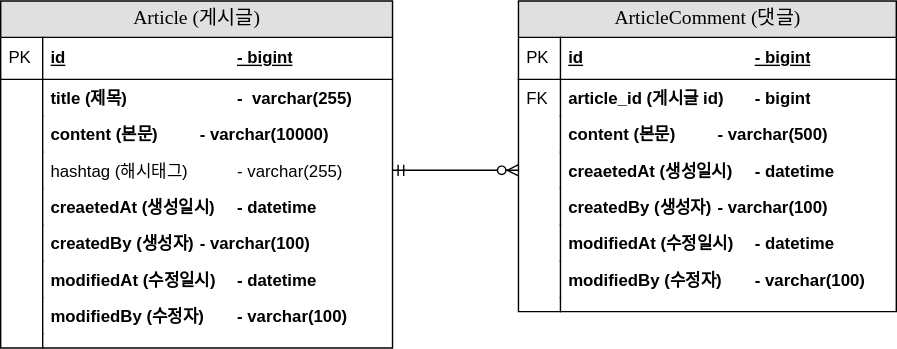
y2gon2/fastcampus-project-board keeps this draw.io diagram as document/project-board-erd.svg. Above is the earlier version. Source tidied: cells renumbered, new cells last; positions are measured from the earlier drawing's top-left corner, leaving out a move shared by most shapes.
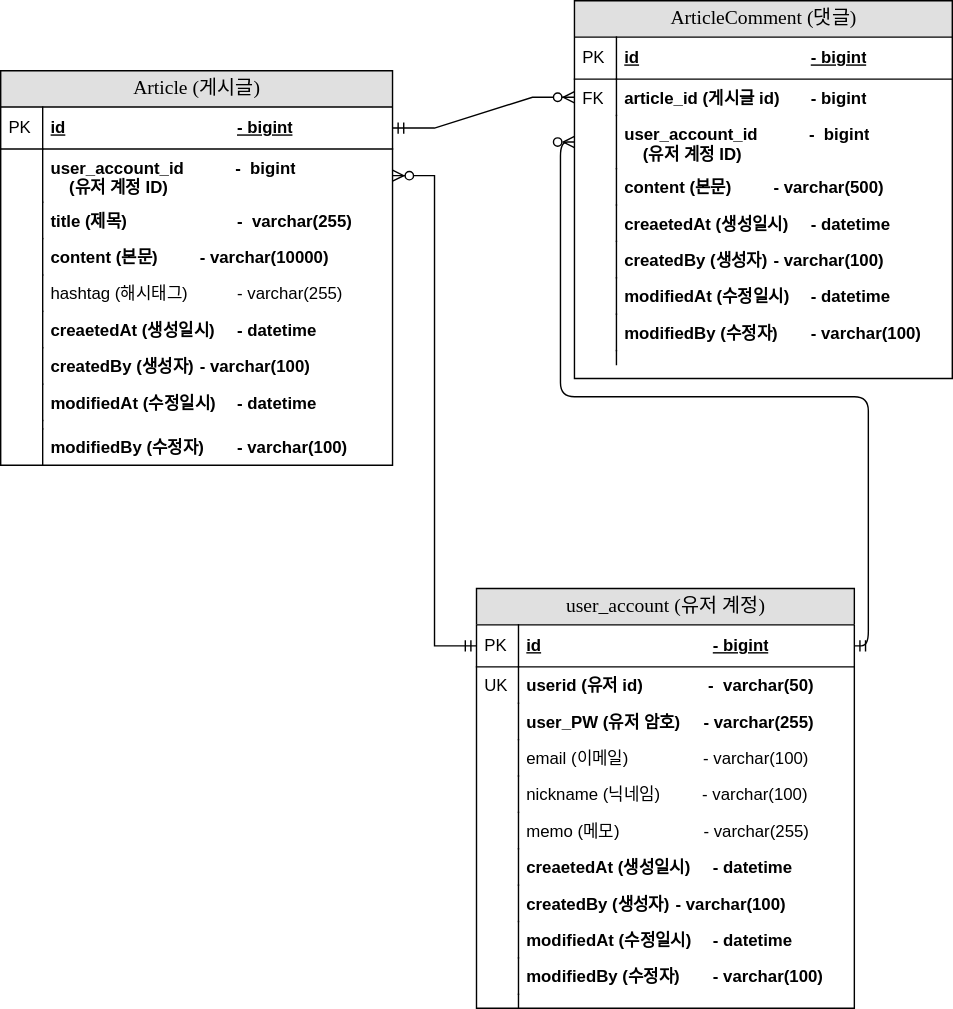
After the change.

Commit message:
project-board-erd.svg user_account  추가

Change to the diagram source:
```diff
@@ -5,3 +5,3 @@
     <mxCell id="2" value="Article (게시글)" style="swimlane;html=1;fontStyle=0;horizontal=1;startSize=26;fillColor=#e0e0e0;swimlaneFillColor=#ffffff;align=center;rounded=0;shadow=0;comic=0;labelBackgroundColor=none;strokeWidth=1;fontFamily=Verdana;fontSize=14;" parent="1" vertex="1">
-      <mxGeometry width="280" height="248" as="geometry" />
+      <mxGeometry x="-30" y="-148" width="280" height="282" as="geometry" />
     </mxCell>
@@ -13,4 +13,10 @@
     </mxCell>
+    <mxCell id="39" value="user_account_id&amp;nbsp; &amp;nbsp; &amp;nbsp; &amp;nbsp; &amp;nbsp; &amp;nbsp;-&amp;nbsp; bigint&lt;br&gt;&amp;nbsp; &amp;nbsp; (유저 계정 ID)" style="shape=partialRectangle;top=0;left=0;right=0;bottom=0;html=1;align=left;verticalAlign=top;fillColor=none;spacingLeft=34;spacingRight=4;whiteSpace=wrap;overflow=hidden;points=[[0,0.5],[1,0.5]];portConstraint=eastwest;fontStyle=1;" parent="2" vertex="1">
+      <mxGeometry y="56" width="280" height="38" as="geometry" />
+    </mxCell>
+    <mxCell id="40" style="shape=partialRectangle;top=0;left=0;bottom=0;html=1;fillColor=none;align=left;verticalAlign=top;spacingLeft=4;spacingRight=4;whiteSpace=wrap;overflow=hidden;" parent="39" vertex="1">
+      <mxGeometry width="30" height="38" as="geometry" />
+    </mxCell>
     <mxCell id="5" value="title (제목)&lt;span style=&quot;white-space: pre;&quot;&gt;&#9;&lt;/span&gt;&lt;span style=&quot;white-space: pre;&quot;&gt;&#9;&lt;/span&gt;&lt;span style=&quot;white-space: pre;&quot;&gt;&#9;&lt;/span&gt;-&amp;nbsp; varchar(255)" style="shape=partialRectangle;top=0;left=0;right=0;bottom=0;html=1;align=left;verticalAlign=top;fillColor=none;spacingLeft=34;spacingRight=4;whiteSpace=wrap;overflow=hidden;fontStyle=1;" parent="2" vertex="1">
-      <mxGeometry y="56" width="280" height="26" as="geometry" />
+      <mxGeometry y="94" width="280" height="26" as="geometry" />
     </mxCell>
@@ -20,3 +26,3 @@
     <mxCell id="7" value="content (본문)&lt;span style=&quot;white-space: pre;&quot;&gt;&#9;&lt;/span&gt;&lt;span style=&quot;white-space: pre;&quot;&gt;&#9;&lt;/span&gt;- varchar(10000)" style="shape=partialRectangle;top=0;left=0;right=0;bottom=0;html=1;align=left;verticalAlign=top;fillColor=none;spacingLeft=34;spacingRight=4;whiteSpace=wrap;overflow=hidden;fontStyle=1;" parent="2" vertex="1">
-      <mxGeometry y="82" width="280" height="26" as="geometry" />
+      <mxGeometry y="120" width="280" height="26" as="geometry" />
     </mxCell>
@@ -26,3 +32,3 @@
     <mxCell id="9" value="hashtag (해시태그)&amp;nbsp; &amp;nbsp;&lt;span style=&quot;white-space: pre;&quot;&gt;&#9;&lt;/span&gt;- varchar(255)" style="shape=partialRectangle;top=0;left=0;right=0;bottom=0;html=1;align=left;verticalAlign=top;fillColor=none;spacingLeft=34;spacingRight=4;whiteSpace=wrap;overflow=hidden;points=[[0,0.5],[1,0.5]];portConstraint=eastwest;" parent="2" vertex="1">
-      <mxGeometry y="108" width="280" height="26" as="geometry" />
+      <mxGeometry y="146" width="280" height="26" as="geometry" />
     </mxCell>
@@ -32,3 +38,3 @@
     <mxCell id="11" value="creaetedAt (생성일시)&lt;span style=&quot;white-space: pre;&quot;&gt;&#9;&lt;/span&gt;- datetime" style="shape=partialRectangle;top=0;left=0;right=0;bottom=0;html=1;align=left;verticalAlign=top;fillColor=none;spacingLeft=34;spacingRight=4;whiteSpace=wrap;overflow=hidden;fontStyle=1;" parent="2" vertex="1">
-      <mxGeometry y="134" width="280" height="26" as="geometry" />
+      <mxGeometry y="172" width="280" height="26" as="geometry" />
     </mxCell>
@@ -38,3 +44,3 @@
     <mxCell id="13" value="createdBy (생성자)&lt;span style=&quot;white-space: pre;&quot;&gt;&#9;&lt;/span&gt;- varchar(100)" style="shape=partialRectangle;top=0;left=0;right=0;bottom=0;html=1;align=left;verticalAlign=top;fillColor=none;spacingLeft=34;spacingRight=4;whiteSpace=wrap;overflow=hidden;fontStyle=1;" parent="2" vertex="1">
-      <mxGeometry y="160" width="280" height="26" as="geometry" />
+      <mxGeometry y="198" width="280" height="26" as="geometry" />
     </mxCell>
@@ -44,3 +50,3 @@
     <mxCell id="15" value="modifiedAt (수정일시)&lt;span style=&quot;white-space: pre;&quot;&gt;&#9;&lt;/span&gt;- datetime" style="shape=partialRectangle;top=0;left=0;right=0;bottom=0;html=1;align=left;verticalAlign=top;fillColor=none;spacingLeft=34;spacingRight=4;whiteSpace=wrap;overflow=hidden;fontStyle=1;" parent="2" vertex="1">
-      <mxGeometry y="186" width="280" height="26" as="geometry" />
+      <mxGeometry y="224" width="280" height="26" as="geometry" />
     </mxCell>
@@ -49,16 +55,16 @@
     </mxCell>
-    <mxCell id="17" value="modifiedBy (수정자)&lt;span style=&quot;white-space: pre;&quot;&gt;&#9;&lt;/span&gt;- varchar(100)" style="shape=partialRectangle;top=0;left=0;right=0;bottom=0;html=1;align=left;verticalAlign=top;fillColor=none;spacingLeft=34;spacingRight=4;whiteSpace=wrap;overflow=hidden;fontStyle=1;" parent="2" vertex="1">
-      <mxGeometry y="212" width="280" height="26" as="geometry" />
-    </mxCell>
-    <mxCell id="18" style="shape=partialRectangle;top=0;left=0;bottom=0;html=1;fillColor=none;align=left;verticalAlign=top;spacingLeft=4;spacingRight=4;whiteSpace=wrap;overflow=hidden;" parent="17" vertex="1">
-      <mxGeometry width="30" height="26" as="geometry" />
-    </mxCell>
     <mxCell id="19" style="shape=partialRectangle;top=0;left=0;right=0;bottom=0;html=1;align=left;verticalAlign=top;fillColor=none;spacingLeft=34;spacingRight=4;whiteSpace=wrap;overflow=hidden;" parent="2" vertex="1">
-      <mxGeometry y="238" width="280" height="10" as="geometry" />
+      <mxGeometry y="250" width="280" height="6" as="geometry" />
     </mxCell>
     <mxCell id="20" style="shape=partialRectangle;top=0;left=0;bottom=0;html=1;fillColor=none;align=left;verticalAlign=top;spacingLeft=4;spacingRight=4;whiteSpace=wrap;overflow=hidden;" parent="19" vertex="1">
-      <mxGeometry width="30" height="10" as="geometry" />
+      <mxGeometry width="30" height="6" as="geometry" />
     </mxCell>
+    <mxCell id="41" value="modifiedBy (수정자)&lt;span style=&quot;white-space: pre;&quot;&gt;&#9;&lt;/span&gt;- varchar(100)" style="shape=partialRectangle;top=0;left=0;right=0;bottom=0;html=1;align=left;verticalAlign=top;fillColor=none;spacingLeft=34;spacingRight=4;whiteSpace=wrap;overflow=hidden;fontStyle=1;" parent="2" vertex="1">
+      <mxGeometry y="256" width="280" height="26" as="geometry" />
+    </mxCell>
+    <mxCell id="42" style="shape=partialRectangle;top=0;left=0;bottom=0;html=1;fillColor=none;align=left;verticalAlign=top;spacingLeft=4;spacingRight=4;whiteSpace=wrap;overflow=hidden;" parent="41" vertex="1">
+      <mxGeometry width="30" height="26" as="geometry" />
+    </mxCell>
     <mxCell id="21" value="ArticleComment (댓글)" style="swimlane;html=1;fontStyle=0;horizontal=1;startSize=26;fillColor=#e0e0e0;swimlaneFillColor=#ffffff;align=center;rounded=0;shadow=0;comic=0;labelBackgroundColor=none;strokeWidth=1;fontFamily=Verdana;fontSize=14;" parent="1" vertex="1">
-      <mxGeometry x="370" width="270" height="222" as="geometry" />
+      <mxGeometry x="380" y="-198" width="270" height="270" as="geometry" />
     </mxCell>
@@ -76,4 +82,10 @@
     </mxCell>
+    <mxCell id="43" value="user_account_id&amp;nbsp; &amp;nbsp; &amp;nbsp; &amp;nbsp; &amp;nbsp; &amp;nbsp;-&amp;nbsp; bigint&lt;br&gt;&amp;nbsp; &amp;nbsp; (유저 계정 ID)" style="shape=partialRectangle;top=0;left=0;right=0;bottom=0;html=1;align=left;verticalAlign=top;fillColor=none;spacingLeft=34;spacingRight=4;whiteSpace=wrap;overflow=hidden;points=[[0,0.5],[1,0.5]];portConstraint=eastwest;fontStyle=1;" parent="21" vertex="1">
+      <mxGeometry y="82" width="270" height="38" as="geometry" />
+    </mxCell>
+    <mxCell id="44" style="shape=partialRectangle;top=0;left=0;bottom=0;html=1;fillColor=none;align=left;verticalAlign=top;spacingLeft=4;spacingRight=4;whiteSpace=wrap;overflow=hidden;" parent="43" vertex="1">
+      <mxGeometry width="30" height="38" as="geometry" />
+    </mxCell>
     <mxCell id="26" value="content (본문)&lt;span style=&quot;white-space: pre;&quot;&gt;&#9;&lt;/span&gt;&lt;span style=&quot;white-space: pre;&quot;&gt;&#9;&lt;/span&gt;- varchar(500)" style="shape=partialRectangle;top=0;left=0;right=0;bottom=0;html=1;align=left;verticalAlign=top;fillColor=none;spacingLeft=34;spacingRight=4;whiteSpace=wrap;overflow=hidden;fontStyle=1;" parent="21" vertex="1">
-      <mxGeometry y="82" width="270" height="26" as="geometry" />
+      <mxGeometry y="120" width="270" height="26" as="geometry" />
     </mxCell>
@@ -83,3 +95,3 @@
     <mxCell id="28" value="creaetedAt (생성일시)&lt;span style=&quot;white-space: pre;&quot;&gt;&#9;&lt;/span&gt;- datetime" style="shape=partialRectangle;top=0;left=0;right=0;bottom=0;html=1;align=left;verticalAlign=top;fillColor=none;spacingLeft=34;spacingRight=4;whiteSpace=wrap;overflow=hidden;points=[[0,0.5],[1,0.5]];portConstraint=eastwest;fontStyle=1;" parent="21" vertex="1">
-      <mxGeometry y="108" width="270" height="26" as="geometry" />
+      <mxGeometry y="146" width="270" height="26" as="geometry" />
     </mxCell>
@@ -89,3 +101,3 @@
     <mxCell id="30" value="createdBy (생성자)&lt;span style=&quot;white-space: pre;&quot;&gt;&#9;&lt;/span&gt;- varchar(100)" style="shape=partialRectangle;top=0;left=0;right=0;bottom=0;html=1;align=left;verticalAlign=top;fillColor=none;spacingLeft=34;spacingRight=4;whiteSpace=wrap;overflow=hidden;fontStyle=1;" parent="21" vertex="1">
-      <mxGeometry y="134" width="270" height="26" as="geometry" />
+      <mxGeometry y="172" width="270" height="26" as="geometry" />
     </mxCell>
@@ -95,3 +107,3 @@
     <mxCell id="32" value="modifiedAt (수정일시)&#9;&lt;span style=&quot;white-space: pre;&quot;&gt;&#9;&lt;/span&gt;- datetime" style="shape=partialRectangle;top=0;left=0;right=0;bottom=0;html=1;align=left;verticalAlign=top;fillColor=none;spacingLeft=34;spacingRight=4;whiteSpace=wrap;overflow=hidden;fontStyle=1;" parent="21" vertex="1">
-      <mxGeometry y="160" width="270" height="26" as="geometry" />
+      <mxGeometry y="198" width="270" height="26" as="geometry" />
     </mxCell>
@@ -101,3 +113,3 @@
     <mxCell id="34" value="modifiedBy (수정자)&lt;span style=&quot;white-space: pre;&quot;&gt;&#9;&lt;/span&gt;- varchar(100)" style="shape=partialRectangle;top=0;left=0;right=0;bottom=0;html=1;align=left;verticalAlign=top;fillColor=none;spacingLeft=34;spacingRight=4;whiteSpace=wrap;overflow=hidden;fontStyle=1;" parent="21" vertex="1">
-      <mxGeometry y="186" width="270" height="26" as="geometry" />
+      <mxGeometry y="224" width="270" height="26" as="geometry" />
     </mxCell>
@@ -107,3 +119,3 @@
     <mxCell id="36" style="shape=partialRectangle;top=0;left=0;right=0;bottom=0;html=1;align=left;verticalAlign=top;fillColor=none;spacingLeft=34;spacingRight=4;whiteSpace=wrap;overflow=hidden;" parent="21" vertex="1">
-      <mxGeometry y="212" width="270" height="10" as="geometry" />
+      <mxGeometry y="250" width="270" height="10" as="geometry" />
     </mxCell>
@@ -112,5 +124,89 @@
     </mxCell>
-    <mxCell id="38" style="edgeStyle=entityRelationEdgeStyle;fontSize=12;html=1;endArrow=ERzeroToMany;startArrow=ERmandOne;rounded=0;exitX=1;exitY=0.5;exitDx=0;exitDy=0;entryX=0;entryY=0.5;entryDx=0;entryDy=0;" parent="1" edge="1" source="9" target="28">
+    <mxCell id="38" style="edgeStyle=entityRelationEdgeStyle;fontSize=12;html=1;endArrow=ERzeroToMany;startArrow=ERmandOne;rounded=0;exitX=1;exitY=0.5;exitDx=0;exitDy=0;entryX=0;entryY=0.5;entryDx=0;entryDy=0;" parent="1" edge="1" source="3" target="24">
       <mxGeometry relative="1" as="geometry" />
     </mxCell>
+    <mxCell id="45" value="user_account (유저 계정)" style="swimlane;html=1;fontStyle=0;horizontal=1;startSize=26;fillColor=#e0e0e0;swimlaneFillColor=#ffffff;align=center;rounded=0;shadow=0;comic=0;labelBackgroundColor=none;strokeWidth=1;fontFamily=Verdana;fontSize=14;" parent="1" vertex="1">
+      <mxGeometry x="310" y="222" width="270" height="300" as="geometry" />
+    </mxCell>
+    <mxCell id="46" value="id&lt;span style=&quot;white-space: pre;&quot;&gt;&#9;&lt;/span&gt;&lt;span style=&quot;white-space: pre;&quot;&gt;&#9;&lt;/span&gt;&lt;span style=&quot;white-space: pre;&quot;&gt;&#9;&lt;/span&gt;&lt;span style=&quot;white-space: pre;&quot;&gt;&#9;&lt;/span&gt;&lt;span style=&quot;white-space: pre;&quot;&gt;&#9;&lt;/span&gt;- bigint" style="shape=partialRectangle;top=0;left=0;right=0;bottom=1;html=1;align=left;verticalAlign=middle;fillColor=none;spacingLeft=34;spacingRight=4;whiteSpace=wrap;overflow=hidden;points=[[0,0.5],[1,0.5]];portConstraint=eastwest;fontStyle=5;" parent="45" vertex="1">
+      <mxGeometry y="26" width="270" height="30" as="geometry" />
+    </mxCell>
+    <mxCell id="47" value="PK" style="shape=partialRectangle;top=0;left=0;bottom=0;html=1;fillColor=none;align=left;verticalAlign=middle;spacingLeft=4;spacingRight=4;whiteSpace=wrap;overflow=hidden;" parent="46" vertex="1">
+      <mxGeometry width="30" height="30" as="geometry" />
+    </mxCell>
+    <mxCell id="48" value="userid (유저 id)&amp;nbsp; &amp;nbsp; &amp;nbsp; &amp;nbsp; &amp;nbsp; &amp;nbsp; &amp;nbsp; -&amp;nbsp; varchar(50)" style="shape=partialRectangle;top=0;left=0;right=0;bottom=0;html=1;align=left;verticalAlign=top;fillColor=none;spacingLeft=34;spacingRight=4;whiteSpace=wrap;overflow=hidden;fontStyle=1;" parent="45" vertex="1">
+      <mxGeometry y="56" width="270" height="26" as="geometry" />
+    </mxCell>
+    <mxCell id="49" value="UK" style="shape=partialRectangle;top=0;left=0;bottom=0;html=1;fillColor=none;align=left;verticalAlign=top;spacingLeft=4;spacingRight=4;whiteSpace=wrap;overflow=hidden;" parent="48" vertex="1">
+      <mxGeometry width="30" height="26" as="geometry" />
+    </mxCell>
+    <mxCell id="50" value="user_PW (유저 암호)&amp;nbsp; &amp;nbsp; &amp;nbsp;- varchar(255)&amp;nbsp;" style="shape=partialRectangle;top=0;left=0;right=0;bottom=0;html=1;align=left;verticalAlign=top;fillColor=none;spacingLeft=34;spacingRight=4;whiteSpace=wrap;overflow=hidden;fontStyle=1;" parent="45" vertex="1">
+      <mxGeometry y="82" width="270" height="26" as="geometry" />
+    </mxCell>
+    <mxCell id="51" style="shape=partialRectangle;top=0;left=0;bottom=0;html=1;fillColor=none;align=left;verticalAlign=top;spacingLeft=4;spacingRight=4;whiteSpace=wrap;overflow=hidden;" parent="50" vertex="1">
+      <mxGeometry width="30" height="26" as="geometry" />
+    </mxCell>
+    <mxCell id="52" value="&lt;span style=&quot;font-weight: normal;&quot;&gt;email (이메일)&amp;nbsp; &amp;nbsp; &amp;nbsp; &amp;nbsp; &amp;nbsp; &amp;nbsp; &amp;nbsp; &amp;nbsp; - varchar(100)&lt;/span&gt;" style="shape=partialRectangle;top=0;left=0;right=0;bottom=0;html=1;align=left;verticalAlign=top;fillColor=none;spacingLeft=34;spacingRight=4;whiteSpace=wrap;overflow=hidden;fontStyle=1;" parent="45" vertex="1">
+      <mxGeometry y="108" width="270" height="26" as="geometry" />
+    </mxCell>
+    <mxCell id="53" style="shape=partialRectangle;top=0;left=0;bottom=0;html=1;fillColor=none;align=left;verticalAlign=top;spacingLeft=4;spacingRight=4;whiteSpace=wrap;overflow=hidden;" parent="52" vertex="1">
+      <mxGeometry width="30" height="26" as="geometry" />
+    </mxCell>
+    <mxCell id="54" value="&lt;span style=&quot;font-weight: normal;&quot;&gt;nickname (닉네임)&amp;nbsp; &amp;nbsp; &amp;nbsp; &amp;nbsp; &amp;nbsp;- varchar(100)&lt;/span&gt;" style="shape=partialRectangle;top=0;left=0;right=0;bottom=0;html=1;align=left;verticalAlign=top;fillColor=none;spacingLeft=34;spacingRight=4;whiteSpace=wrap;overflow=hidden;fontStyle=1;" parent="45" vertex="1">
+      <mxGeometry y="134" width="270" height="26" as="geometry" />
+    </mxCell>
+    <mxCell id="55" style="shape=partialRectangle;top=0;left=0;bottom=0;html=1;fillColor=none;align=left;verticalAlign=top;spacingLeft=4;spacingRight=4;whiteSpace=wrap;overflow=hidden;" parent="54" vertex="1">
+      <mxGeometry width="30" height="26" as="geometry" />
+    </mxCell>
+    <mxCell id="56" value="&lt;span style=&quot;font-weight: 400;&quot;&gt;memo (메모)&amp;nbsp; &amp;nbsp; &amp;nbsp; &amp;nbsp; &amp;nbsp; &amp;nbsp; &amp;nbsp; &amp;nbsp; &amp;nbsp; - varchar(255)&lt;/span&gt;" style="shape=partialRectangle;top=0;left=0;right=0;bottom=0;html=1;align=left;verticalAlign=top;fillColor=none;spacingLeft=34;spacingRight=4;whiteSpace=wrap;overflow=hidden;fontStyle=1;" parent="45" vertex="1">
+      <mxGeometry y="160" width="270" height="26" as="geometry" />
+    </mxCell>
+    <mxCell id="57" style="shape=partialRectangle;top=0;left=0;bottom=0;html=1;fillColor=none;align=left;verticalAlign=top;spacingLeft=4;spacingRight=4;whiteSpace=wrap;overflow=hidden;" parent="56" vertex="1">
+      <mxGeometry width="30" height="26" as="geometry" />
+    </mxCell>
+    <mxCell id="58" value="creaetedAt (생성일시)&lt;span style=&quot;white-space: pre;&quot;&gt;&#9;&lt;/span&gt;- datetime" style="shape=partialRectangle;top=0;left=0;right=0;bottom=0;html=1;align=left;verticalAlign=top;fillColor=none;spacingLeft=34;spacingRight=4;whiteSpace=wrap;overflow=hidden;fontStyle=1;" parent="45" vertex="1">
+      <mxGeometry y="186" width="270" height="26" as="geometry" />
+    </mxCell>
+    <mxCell id="59" style="shape=partialRectangle;top=0;left=0;bottom=0;html=1;fillColor=none;align=left;verticalAlign=top;spacingLeft=4;spacingRight=4;whiteSpace=wrap;overflow=hidden;" parent="58" vertex="1">
+      <mxGeometry width="30" height="26" as="geometry" />
+    </mxCell>
+    <mxCell id="60" value="createdBy (생성자)&lt;span style=&quot;white-space: pre;&quot;&gt;&#9;&lt;/span&gt;- varchar(100)" style="shape=partialRectangle;top=0;left=0;right=0;bottom=0;html=1;align=left;verticalAlign=top;fillColor=none;spacingLeft=34;spacingRight=4;whiteSpace=wrap;overflow=hidden;fontStyle=1;" parent="45" vertex="1">
+      <mxGeometry y="212" width="270" height="26" as="geometry" />
+    </mxCell>
+    <mxCell id="61" style="shape=partialRectangle;top=0;left=0;bottom=0;html=1;fillColor=none;align=left;verticalAlign=top;spacingLeft=4;spacingRight=4;whiteSpace=wrap;overflow=hidden;" parent="60" vertex="1">
+      <mxGeometry width="30" height="26" as="geometry" />
+    </mxCell>
+    <mxCell id="62" value="modifiedAt (수정일시)&#9;&lt;span style=&quot;white-space: pre;&quot;&gt;&#9;&lt;/span&gt;- datetime" style="shape=partialRectangle;top=0;left=0;right=0;bottom=0;html=1;align=left;verticalAlign=top;fillColor=none;spacingLeft=34;spacingRight=4;whiteSpace=wrap;overflow=hidden;fontStyle=1;" parent="45" vertex="1">
+      <mxGeometry y="238" width="270" height="26" as="geometry" />
+    </mxCell>
+    <mxCell id="63" style="shape=partialRectangle;top=0;left=0;bottom=0;html=1;fillColor=none;align=left;verticalAlign=top;spacingLeft=4;spacingRight=4;whiteSpace=wrap;overflow=hidden;" parent="62" vertex="1">
+      <mxGeometry width="30" height="26" as="geometry" />
+    </mxCell>
+    <mxCell id="64" value="modifiedBy (수정자)&lt;span style=&quot;white-space: pre;&quot;&gt;&#9;&lt;/span&gt;- varchar(100)" style="shape=partialRectangle;top=0;left=0;right=0;bottom=0;html=1;align=left;verticalAlign=top;fillColor=none;spacingLeft=34;spacingRight=4;whiteSpace=wrap;overflow=hidden;fontStyle=1;" parent="45" vertex="1">
+      <mxGeometry y="264" width="270" height="26" as="geometry" />
+    </mxCell>
+    <mxCell id="65" style="shape=partialRectangle;top=0;left=0;bottom=0;html=1;fillColor=none;align=left;verticalAlign=top;spacingLeft=4;spacingRight=4;whiteSpace=wrap;overflow=hidden;" parent="64" vertex="1">
+      <mxGeometry width="30" height="26" as="geometry" />
+    </mxCell>
+    <mxCell id="66" style="shape=partialRectangle;top=0;left=0;right=0;bottom=0;html=1;align=left;verticalAlign=top;fillColor=none;spacingLeft=34;spacingRight=4;whiteSpace=wrap;overflow=hidden;" parent="45" vertex="1">
+      <mxGeometry y="290" width="270" height="10" as="geometry" />
+    </mxCell>
+    <mxCell id="67" style="shape=partialRectangle;top=0;left=0;bottom=0;html=1;fillColor=none;align=left;verticalAlign=top;spacingLeft=4;spacingRight=4;whiteSpace=wrap;overflow=hidden;" parent="66" vertex="1">
+      <mxGeometry width="30" height="10" as="geometry" />
+    </mxCell>
+    <mxCell id="68" style="edgeStyle=entityRelationEdgeStyle;fontSize=12;html=1;endArrow=ERzeroToMany;startArrow=ERmandOne;rounded=0;entryX=1;entryY=0.5;entryDx=0;entryDy=0;exitX=0;exitY=0.5;exitDx=0;exitDy=0;" parent="1" edge="1" source="46" target="39">
+      <mxGeometry relative="1" as="geometry">
+        <Array as="points">
+          <mxPoint x="472.2" y="256.9" />
+          <mxPoint x="370" y="242" />
+          <mxPoint x="502.2" y="216.9" />
+          <mxPoint x="310" y="32" />
+          <mxPoint x="502.2" y="256.9" />
+          <mxPoint x="340" y="152" />
+        </Array>
+      </mxGeometry>
+    </mxCell>
+    <mxCell id="69" style="edgeStyle=orthogonalEdgeStyle;fontSize=12;html=1;endArrow=ERzeroToMany;startArrow=ERmandOne;exitX=1;exitY=0.5;exitDx=0;exitDy=0;entryX=0;entryY=0.5;entryDx=0;entryDy=0;" parent="1" edge="1" source="46" target="43">
+      <mxGeometry relative="1" as="geometry" />
+    </mxCell>
   </root>
```
